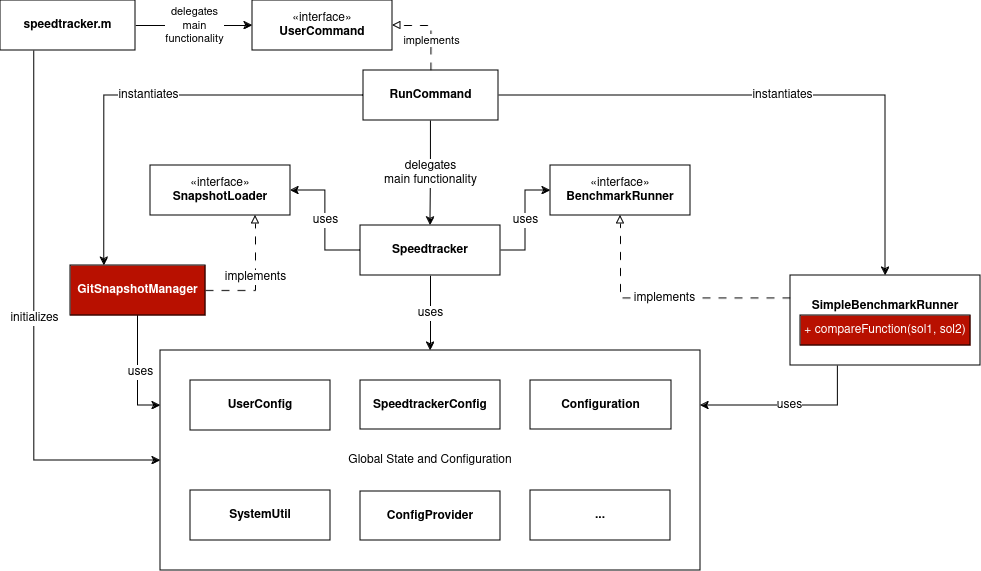
This is speedtracker/docs/speedtracker.drawio.png from andreassommer/ifdiff, a draw.io export, as it was before one commit. Source tidied: cells renumbered, new cells last; positions are measured from the earlier drawing's top-left corner, leaving out a move shared by most shapes. Its diagram source:
```xml
<mxGraphModel>
  <root>
    <mxCell id="0" />
    <mxCell id="1" parent="0" />
    <mxCell id="2" value="Global State and Configuration" style="rounded=0;whiteSpace=wrap;html=1;strokeColor=default;fontFamily=Helvetica;fontSize=12;fontColor=default;fillColor=default;" parent="1" vertex="1">
      <mxGeometry x="160" y="350" width="540" height="220" as="geometry" />
    </mxCell>
    <mxCell id="3" value="uses" style="edgeStyle=orthogonalEdgeStyle;rounded=0;jettySize=auto;html=1;exitX=0;exitY=0.5;exitDx=0;exitDy=0;entryX=1;entryY=0.5;entryDx=0;entryDy=0;fontFamily=Helvetica;fontSize=12;fontColor=default;" parent="1" edge="1" source="6" target="8">
      <mxGeometry relative="1" as="geometry" />
    </mxCell>
    <mxCell id="4" value="uses" style="edgeStyle=orthogonalEdgeStyle;rounded=0;jettySize=auto;html=1;exitX=1;exitY=0.5;exitDx=0;exitDy=0;entryX=0;entryY=0.5;entryDx=0;entryDy=0;fontFamily=Helvetica;fontSize=12;fontColor=default;" parent="1" edge="1" source="6" target="7">
      <mxGeometry relative="1" as="geometry" />
    </mxCell>
    <mxCell id="5" value="uses&lt;br&gt;" style="edgeStyle=orthogonalEdgeStyle;rounded=0;jettySize=auto;html=1;exitX=0.5;exitY=1;exitDx=0;exitDy=0;entryX=0.5;entryY=0;entryDx=0;entryDy=0;fontFamily=Helvetica;fontSize=12;fontColor=default;" parent="1" edge="1" source="6" target="2">
      <mxGeometry relative="1" as="geometry" />
    </mxCell>
    <mxCell id="6" value="&lt;b&gt;Speedtracker&lt;/b&gt;" style="html=1;whiteSpace=wrap;" parent="1" vertex="1">
      <mxGeometry x="360" y="225" width="140" height="50" as="geometry" />
    </mxCell>
    <mxCell id="7" value="«interface»&lt;br&gt;&lt;b&gt;BenchmarkRunner&lt;/b&gt;" style="html=1;whiteSpace=wrap;" parent="1" vertex="1">
      <mxGeometry x="550" y="165" width="140" height="50" as="geometry" />
    </mxCell>
    <mxCell id="8" value="«interface»&lt;br&gt;&lt;b&gt;SnapshotLoader&lt;br&gt;&lt;/b&gt;" style="html=1;whiteSpace=wrap;" parent="1" vertex="1">
      <mxGeometry x="150" y="165" width="140" height="50" as="geometry" />
    </mxCell>
    <mxCell id="9" style="edgeStyle=orthogonalEdgeStyle;rounded=0;jettySize=auto;html=1;exitX=0.5;exitY=1;exitDx=0;exitDy=0;entryX=0;entryY=0.25;entryDx=0;entryDy=0;fontFamily=Helvetica;fontSize=12;fontColor=default;" parent="1" edge="1" source="12" target="2">
      <mxGeometry relative="1" as="geometry" />
    </mxCell>
    <mxCell id="10" value="uses" style="edgeLabel;html=1;align=center;verticalAlign=middle;fontSize=12;fontFamily=Helvetica;fontColor=default;" parent="9" vertex="1">
      <mxGeometry y="2" relative="1" as="geometry" />
    </mxCell>
    <mxCell id="11" value="implements" style="edgeStyle=orthogonalEdgeStyle;rounded=0;jettySize=auto;html=1;exitX=1;exitY=0.5;exitDx=0;exitDy=0;entryX=0.75;entryY=1;entryDx=0;entryDy=0;fontFamily=Helvetica;fontSize=12;fontColor=default;endArrow=block;endFill=0;dashed=1;dashPattern=8 8;" parent="1" edge="1" source="12" target="8">
      <mxGeometry relative="1" as="geometry" />
    </mxCell>
    <mxCell id="12" value="&lt;font color=&quot;#ffffff&quot;&gt;&lt;b&gt;GitSnapshotManager&lt;/b&gt;&lt;/font&gt;" style="html=1;whiteSpace=wrap;fillColor=#B81000;" parent="1" vertex="1">
      <mxGeometry x="70" y="265" width="135" height="50" as="geometry" />
    </mxCell>
    <mxCell id="13" value="&lt;b&gt;UserConfig&lt;/b&gt;" style="html=1;whiteSpace=wrap;" parent="1" vertex="1">
      <mxGeometry x="190" y="380" width="140" height="50" as="geometry" />
    </mxCell>
    <mxCell id="14" value="&lt;b&gt;SpeedtrackerConfig&lt;/b&gt;" style="html=1;whiteSpace=wrap;" parent="1" vertex="1">
      <mxGeometry x="360" y="380" width="140" height="49" as="geometry" />
    </mxCell>
    <mxCell id="15" value="&lt;b&gt;ConfigProvider&lt;/b&gt;" style="html=1;whiteSpace=wrap;" parent="1" vertex="1">
      <mxGeometry x="360" y="491" width="140" height="49" as="geometry" />
    </mxCell>
    <mxCell id="16" value="&lt;b&gt;SystemUtil&lt;/b&gt;" style="html=1;whiteSpace=wrap;" parent="1" vertex="1">
      <mxGeometry x="190" y="490" width="140" height="50" as="geometry" />
    </mxCell>
    <mxCell id="17" value="&lt;b&gt;Configuration&lt;/b&gt;" style="html=1;whiteSpace=wrap;" parent="1" vertex="1">
      <mxGeometry x="530" y="380" width="141" height="49" as="geometry" />
    </mxCell>
    <mxCell id="18" value="&lt;b&gt;...&lt;/b&gt;" style="html=1;whiteSpace=wrap;" parent="1" vertex="1">
      <mxGeometry x="530" y="490" width="140" height="50" as="geometry" />
    </mxCell>
    <mxCell id="19" value="implements" style="edgeStyle=orthogonalEdgeStyle;rounded=0;jettySize=auto;html=1;exitX=0;exitY=0.25;exitDx=0;exitDy=0;entryX=0.5;entryY=1;entryDx=0;entryDy=0;fontFamily=Helvetica;fontSize=12;fontColor=default;endArrow=block;endFill=0;dashed=1;dashPattern=8 8;" parent="1" edge="1" source="30" target="7">
      <mxGeometry relative="1" as="geometry" />
    </mxCell>
    <mxCell id="20" value="delegates&lt;br&gt;main functionality" style="edgeStyle=orthogonalEdgeStyle;rounded=0;jettySize=auto;html=1;exitX=0.5;exitY=1;exitDx=0;exitDy=0;entryX=0.5;entryY=0;entryDx=0;entryDy=0;fontFamily=Helvetica;fontSize=12;fontColor=default;" parent="1" edge="1" source="24" target="6">
      <mxGeometry relative="1" as="geometry" />
    </mxCell>
    <mxCell id="21" value="instantiates" style="edgeStyle=orthogonalEdgeStyle;rounded=0;jettySize=auto;html=1;exitX=0;exitY=0.5;exitDx=0;exitDy=0;entryX=0.25;entryY=0;entryDx=0;entryDy=0;fontFamily=Helvetica;fontSize=12;fontColor=default;" parent="1" edge="1" source="24" target="12">
      <mxGeometry relative="1" as="geometry" />
    </mxCell>
    <mxCell id="22" value="instantiates" style="edgeStyle=orthogonalEdgeStyle;rounded=0;jettySize=auto;html=1;exitX=1;exitY=0.5;exitDx=0;exitDy=0;entryX=0.5;entryY=0;entryDx=0;entryDy=0;fontFamily=Helvetica;fontSize=12;fontColor=default;" parent="1" edge="1" source="24" target="30">
      <mxGeometry relative="1" as="geometry" />
    </mxCell>
    <mxCell id="23" value="implements" style="edgeStyle=orthogonalEdgeStyle;rounded=0;jettySize=auto;html=1;exitX=0.5;exitY=0;exitDx=0;exitDy=0;entryX=1;entryY=0.5;entryDx=0;entryDy=0;dashed=1;dashPattern=8 8;endArrow=block;endFill=0;" parent="1" edge="1" source="24" target="28">
      <mxGeometry x="-0.28" y="1" relative="1" as="geometry">
        <mxPoint x="1" as="offset" />
      </mxGeometry>
    </mxCell>
    <mxCell id="24" value="&lt;b&gt;RunCommand&lt;/b&gt;" style="html=1;whiteSpace=wrap;" parent="1" vertex="1">
      <mxGeometry x="363" y="70" width="135" height="50" as="geometry" />
    </mxCell>
    <mxCell id="25" value="initializes" style="edgeStyle=orthogonalEdgeStyle;rounded=0;jettySize=auto;html=1;exitX=0.25;exitY=1;exitDx=0;exitDy=0;entryX=0;entryY=0.5;entryDx=0;entryDy=0;fontFamily=Helvetica;fontSize=12;fontColor=default;" parent="1" edge="1" source="27" target="2">
      <mxGeometry relative="1" as="geometry" />
    </mxCell>
    <mxCell id="26" value="&lt;div&gt;delegates&lt;/div&gt;&lt;div&gt;main&lt;/div&gt;&lt;div&gt;functionality&lt;br&gt;&lt;/div&gt;" style="edgeStyle=orthogonalEdgeStyle;rounded=0;jettySize=auto;html=1;exitX=1;exitY=0.5;exitDx=0;exitDy=0;entryX=0;entryY=0.5;entryDx=0;entryDy=0;" parent="1" edge="1" source="27" target="28">
      <mxGeometry relative="1" as="geometry" />
    </mxCell>
    <mxCell id="27" value="&lt;b&gt;speedtracker.m&lt;br&gt;&lt;/b&gt;" style="html=1;whiteSpace=wrap;" parent="1" vertex="1">
      <mxGeometry width="135" height="50" as="geometry" />
    </mxCell>
    <mxCell id="28" value="«interface»&lt;br&gt;&lt;div&gt;&lt;b&gt;UserCommand&lt;/b&gt;&lt;/div&gt;" style="html=1;whiteSpace=wrap;" parent="1" vertex="1">
      <mxGeometry x="252" width="140" height="50" as="geometry" />
    </mxCell>
    <mxCell id="29" value="&lt;font style=&quot;font-size: 12px;&quot;&gt;uses&lt;/font&gt;" style="edgeStyle=orthogonalEdgeStyle;rounded=0;jettySize=auto;html=1;exitX=0.25;exitY=1;exitDx=0;exitDy=0;entryX=1;entryY=0.25;entryDx=0;entryDy=0;" parent="1" edge="1" source="30" target="2">
      <mxGeometry relative="1" as="geometry" />
    </mxCell>
    <mxCell id="30" value="&lt;div&gt;&lt;b&gt;SimpleBenchmarkRunner&lt;br&gt;&lt;/b&gt;&lt;/div&gt;&lt;div&gt;&lt;b&gt;&lt;br&gt;&lt;/b&gt;&lt;/div&gt;&lt;div&gt;&lt;b&gt;&lt;br&gt;&lt;/b&gt;&lt;/div&gt;" style="html=1;whiteSpace=wrap;" parent="1" vertex="1">
      <mxGeometry x="790" y="275" width="190" height="90" as="geometry" />
    </mxCell>
    <mxCell id="31" value="&lt;font color=&quot;#ffffff&quot;&gt;+ compareFunction(sol1, sol2)&lt;b&gt;&lt;br&gt;&lt;/b&gt;&lt;/font&gt;" style="html=1;whiteSpace=wrap;fillColor=#B81000;" parent="1" vertex="1">
      <mxGeometry x="800" y="315" width="170" height="30" as="geometry" />
    </mxCell>
  </root>
</mxGraphModel>
```
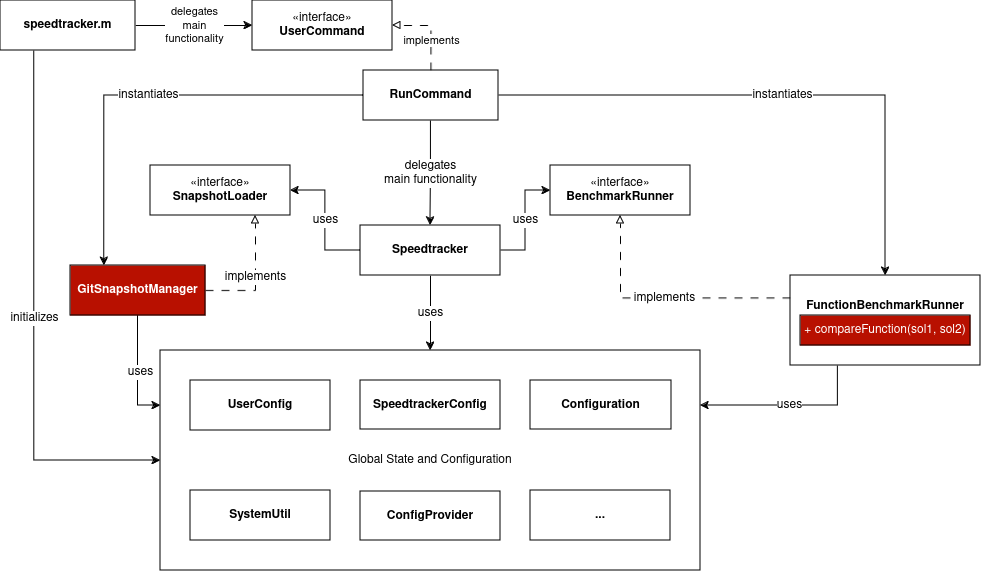
Later version of the same file.

Commit message:
chore: rename SimpleBenchmarkRunner to FunctionBenchmarkRunner

Change to the diagram source:
```diff
@@ -88,7 +88,7 @@
     <mxCell id="29" value="&lt;font style=&quot;font-size: 12px;&quot;&gt;uses&lt;/font&gt;" style="edgeStyle=orthogonalEdgeStyle;rounded=0;jettySize=auto;html=1;exitX=0.25;exitY=1;exitDx=0;exitDy=0;entryX=1;entryY=0.25;entryDx=0;entryDy=0;" parent="1" edge="1" source="30" target="2">
       <mxGeometry relative="1" as="geometry" />
     </mxCell>
-    <mxCell id="30" value="&lt;div&gt;&lt;b&gt;SimpleBenchmarkRunner&lt;br&gt;&lt;/b&gt;&lt;/div&gt;&lt;div&gt;&lt;b&gt;&lt;br&gt;&lt;/b&gt;&lt;/div&gt;&lt;div&gt;&lt;b&gt;&lt;br&gt;&lt;/b&gt;&lt;/div&gt;" style="html=1;whiteSpace=wrap;" parent="1" vertex="1">
+    <mxCell id="30" value="&lt;div&gt;&lt;b&gt;FunctionBenchmarkRunner&lt;br&gt;&lt;/b&gt;&lt;/div&gt;&lt;div&gt;&lt;b&gt;&lt;br&gt;&lt;/b&gt;&lt;/div&gt;&lt;div&gt;&lt;b&gt;&lt;br&gt;&lt;/b&gt;&lt;/div&gt;" style="html=1;whiteSpace=wrap;" parent="1" vertex="1">
       <mxGeometry x="790" y="275" width="190" height="90" as="geometry" />
     </mxCell>
     <mxCell id="31" value="&lt;font color=&quot;#ffffff&quot;&gt;+ compareFunction(sol1, sol2)&lt;b&gt;&lt;br&gt;&lt;/b&gt;&lt;/font&gt;" style="html=1;whiteSpace=wrap;fillColor=#B81000;" parent="1" vertex="1">
```
